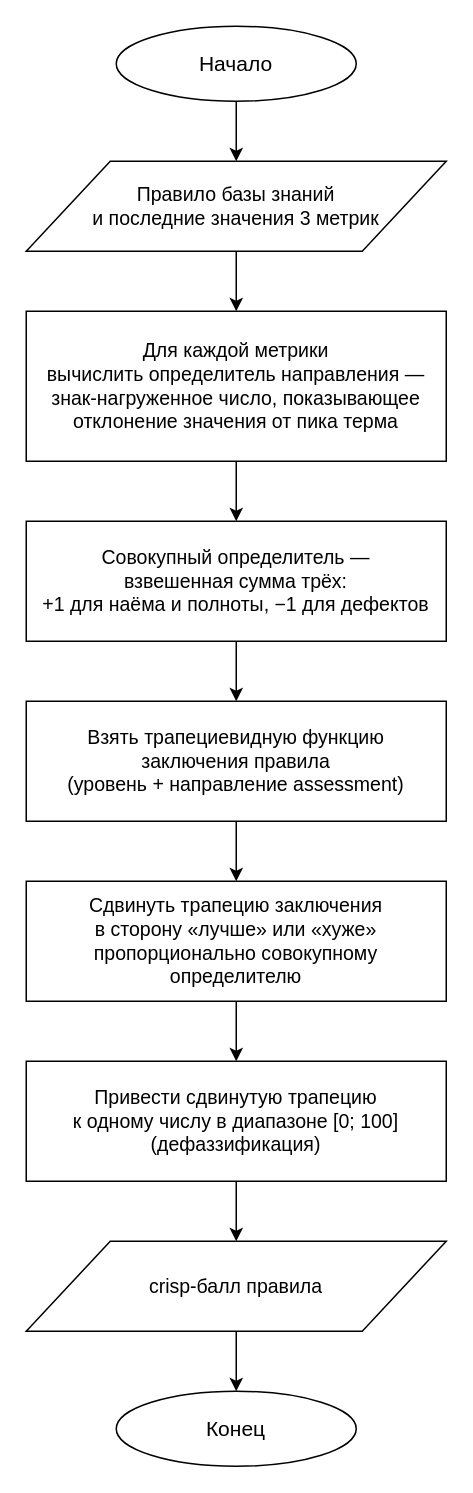
Above: samples/test-cases/diagrams/crisp.drawio in arishkaa05/Supplier-Evaluation-System (draw.io), before the change. Source tidied: cells renumbered, new cells numbered last; positions are measured from the earlier drawing's top-left corner, leaving out a move shared by most shapes. Both pictures are drawn from the tidied source at 150%, with x=0, y=0 at pixel (26, 26).
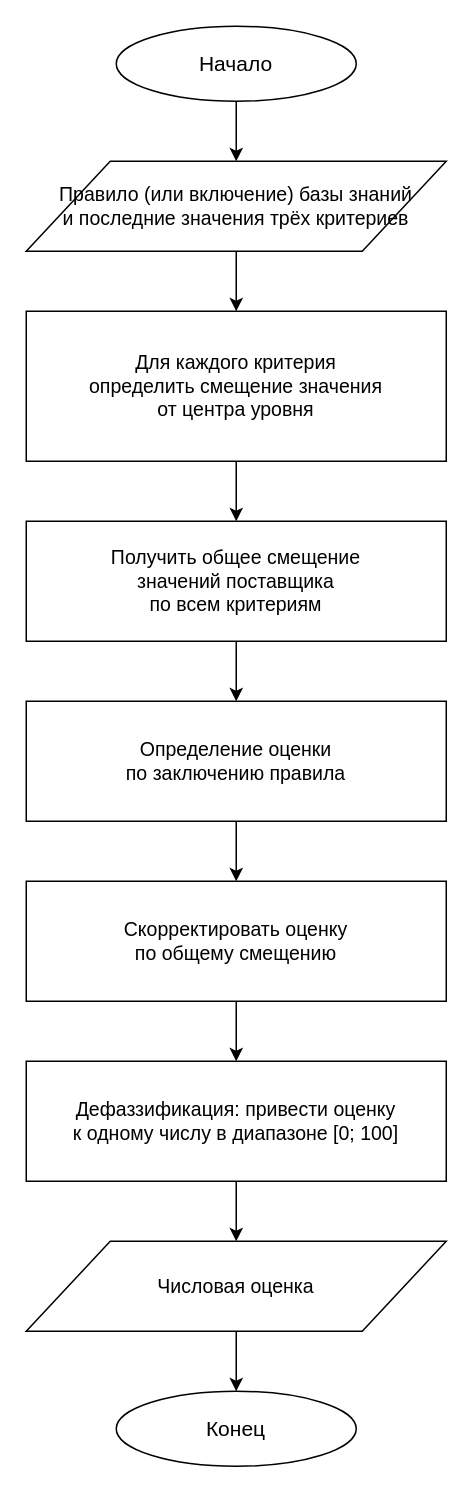
After the change.

Diff of the diagram source:
```diff
@@
 <mxGraphModel>
   <root>
     <mxCell id="0" />
     <mxCell id="1" parent="0" />
     <mxCell id="2" value="Начало" style="ellipse;whiteSpace=wrap;html=1;fillColor=#FFFFFF;strokeColor=#000000;fontSize=14;" parent="1" vertex="1">
       <mxGeometry x="60" width="160" height="50" as="geometry" />
     </mxCell>
-    <mxCell id="3" value="Правило базы знаний&#10;и последние значения 3 метрик" style="shape=parallelogram;perimeter=parallelogramPerimeter;whiteSpace=wrap;html=1;fillColor=#FFFFFF;strokeColor=#000000;fontSize=13;" parent="1" vertex="1">
+    <mxCell id="3" value="Правило (или включение) базы знаний&#10;и последние значения трёх критериев" style="shape=parallelogram;perimeter=parallelogramPerimeter;whiteSpace=wrap;html=1;fillColor=#FFFFFF;strokeColor=#000000;fontSize=13;" parent="1" vertex="1">
       <mxGeometry y="90" width="280" height="60" as="geometry" />
     </mxCell>
-    <mxCell id="4" value="Для каждой метрики&#10;вычислить определитель направления —&#10;знак-нагруженное число, показывающее&#10;отклонение значения от пика терма" style="rounded=0;whiteSpace=wrap;html=1;fillColor=#FFFFFF;strokeColor=#000000;fontSize=13;" parent="1" vertex="1">
+    <mxCell id="4" value="Для каждого критерия&#10;определить смещение значения&#10;от центра уровня" style="rounded=0;whiteSpace=wrap;html=1;fillColor=#FFFFFF;strokeColor=#000000;fontSize=13;" parent="1" vertex="1">
       <mxGeometry y="190" width="280" height="100" as="geometry" />
     </mxCell>
-    <mxCell id="5" value="Совокупный определитель —&#10;взвешенная сумма трёх:&#10;+1 для наёма и полноты, −1 для дефектов" style="rounded=0;whiteSpace=wrap;html=1;fillColor=#FFFFFF;strokeColor=#000000;fontSize=13;" parent="1" vertex="1">
+    <mxCell id="5" value="Получить общее смещение&#10;значений поставщика&#10;по всем критериям" style="rounded=0;whiteSpace=wrap;html=1;fillColor=#FFFFFF;strokeColor=#000000;fontSize=13;" parent="1" vertex="1">
       <mxGeometry y="330" width="280" height="80" as="geometry" />
     </mxCell>
-    <mxCell id="6" value="Взять трапециевидную функцию&#10;заключения правила&#10;(уровень + направление assessment)" style="rounded=0;whiteSpace=wrap;html=1;fillColor=#FFFFFF;strokeColor=#000000;fontSize=13;" parent="1" vertex="1">
+    <mxCell id="6" value="Определение оценки&#10;по заключению правила" style="rounded=0;whiteSpace=wrap;html=1;fillColor=#FFFFFF;strokeColor=#000000;fontSize=13;" parent="1" vertex="1">
       <mxGeometry y="450" width="280" height="80" as="geometry" />
     </mxCell>
-    <mxCell id="7" value="Сдвинуть трапецию заключения&#10;в сторону «лучше» или «хуже»&#10;пропорционально совокупному определителю" style="rounded=0;whiteSpace=wrap;html=1;fillColor=#FFFFFF;strokeColor=#000000;fontSize=13;" parent="1" vertex="1">
+    <mxCell id="7" value="Скорректировать оценку&#10;по общему смещению" style="rounded=0;whiteSpace=wrap;html=1;fillColor=#FFFFFF;strokeColor=#000000;fontSize=13;" parent="1" vertex="1">
       <mxGeometry y="570" width="280" height="80" as="geometry" />
     </mxCell>
-    <mxCell id="8" value="Привести сдвинутую трапецию&#10;к одному числу в диапазоне [0; 100]&#10;(дефаззификация)" style="rounded=0;whiteSpace=wrap;html=1;fillColor=#FFFFFF;strokeColor=#000000;fontSize=13;" parent="1" vertex="1">
+    <mxCell id="8" value="Дефаззификация: привести оценку&#10;к одному числу в диапазоне [0; 100]" style="rounded=0;whiteSpace=wrap;html=1;fillColor=#FFFFFF;strokeColor=#000000;fontSize=13;" parent="1" vertex="1">
       <mxGeometry y="690" width="280" height="80" as="geometry" />
     </mxCell>
-    <mxCell id="9" value="crisp-балл правила" style="shape=parallelogram;perimeter=parallelogramPerimeter;whiteSpace=wrap;html=1;fillColor=#FFFFFF;strokeColor=#000000;fontSize=13;" parent="1" vertex="1">
+    <mxCell id="9" value="Числовая оценка" style="shape=parallelogram;perimeter=parallelogramPerimeter;whiteSpace=wrap;html=1;fillColor=#FFFFFF;strokeColor=#000000;fontSize=13;" parent="1" vertex="1">
       <mxGeometry y="810" width="280" height="60" as="geometry" />
     </mxCell>
     <mxCell id="10" value="Конец" style="ellipse;whiteSpace=wrap;html=1;fillColor=#FFFFFF;strokeColor=#000000;fontSize=14;" parent="1" vertex="1">
       <mxGeometry x="60" y="910" width="160" height="50" as="geometry" />
     </mxCell>
     <mxCell id="11" style="edgeStyle=orthogonalEdgeStyle;rounded=0;html=1;exitX=0.5;exitY=1;entryX=0.5;entryY=0;endArrow=classic;endFill=1;" parent="1" edge="1" source="2" target="3">
       <mxGeometry relative="1" as="geometry" />
     </mxCell>
     <mxCell id="12" style="edgeStyle=orthogonalEdgeStyle;rounded=0;html=1;exitX=0.5;exitY=1;entryX=0.5;entryY=0;endArrow=classic;endFill=1;" parent="1" edge="1" source="3" target="4">
       <mxGeometry relative="1" as="geometry" />
     </mxCell>
     <mxCell id="13" style="edgeStyle=orthogonalEdgeStyle;rounded=0;html=1;exitX=0.5;exitY=1;entryX=0.5;entryY=0;endArrow=classic;endFill=1;" parent="1" edge="1" source="4" target="5">
       <mxGeometry relative="1" as="geometry" />
     </mxCell>
     <mxCell id="14" style="edgeStyle=orthogonalEdgeStyle;rounded=0;html=1;exitX=0.5;exitY=1;entryX=0.5;entryY=0;endArrow=classic;endFill=1;" parent="1" edge="1" source="5" target="6">
       <mxGeometry relative="1" as="geometry" />
     </mxCell>
     <mxCell id="15" style="edgeStyle=orthogonalEdgeStyle;rounded=0;html=1;exitX=0.5;exitY=1;entryX=0.5;entryY=0;endArrow=classic;endFill=1;" parent="1" edge="1" source="6" target="7">
       <mxGeometry relative="1" as="geometry" />
     </mxCell>
     <mxCell id="16" style="edgeStyle=orthogonalEdgeStyle;rounded=0;html=1;exitX=0.5;exitY=1;entryX=0.5;entryY=0;endArrow=classic;endFill=1;" parent="1" edge="1" source="7" target="8">
       <mxGeometry relative="1" as="geometry" />
     </mxCell>
     <mxCell id="17" style="edgeStyle=orthogonalEdgeStyle;rounded=0;html=1;exitX=0.5;exitY=1;entryX=0.5;entryY=0;endArrow=classic;endFill=1;" parent="1" edge="1" source="8" target="9">
       <mxGeometry relative="1" as="geometry" />
     </mxCell>
     <mxCell id="18" style="edgeStyle=orthogonalEdgeStyle;rounded=0;html=1;exitX=0.5;exitY=1;entryX=0.5;entryY=0;endArrow=classic;endFill=1;" parent="1" edge="1" source="9" target="10">
       <mxGeometry relative="1" as="geometry" />
     </mxCell>
   </root>
 </mxGraphModel>
```
